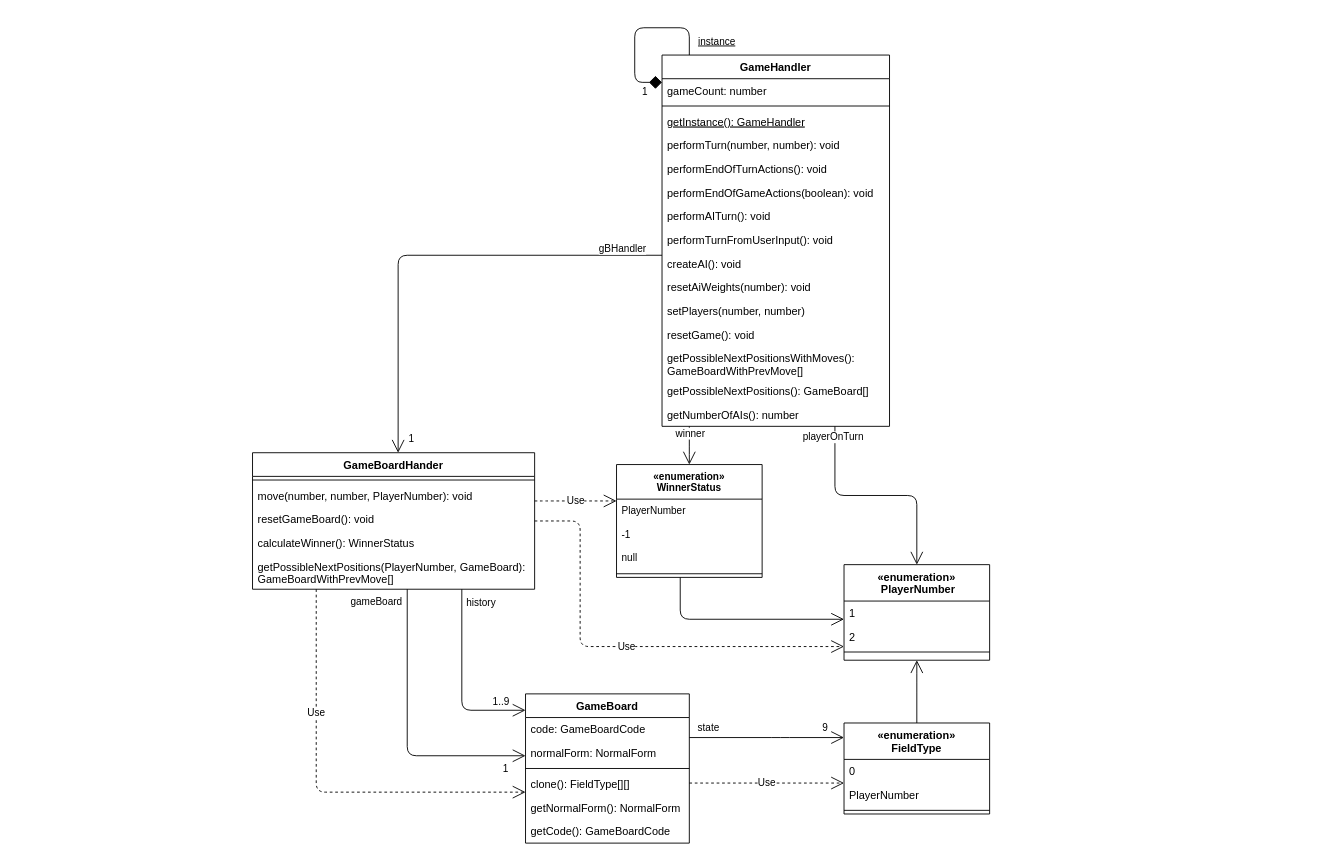
Earlier version of the draw.io diagram ProductBacklog/Klassendiagramme/Klassendiagramm.drawio (idlaviV/TIKTacToe). Source tidied: cells renumbered, new cells numbered last; positions are measured from the earlier drawing's top-left corner, leaving out a move shared by most shapes. Both pictures are drawn from the tidied source at 91%, with x=0, y=0 at pixel (252, 27).
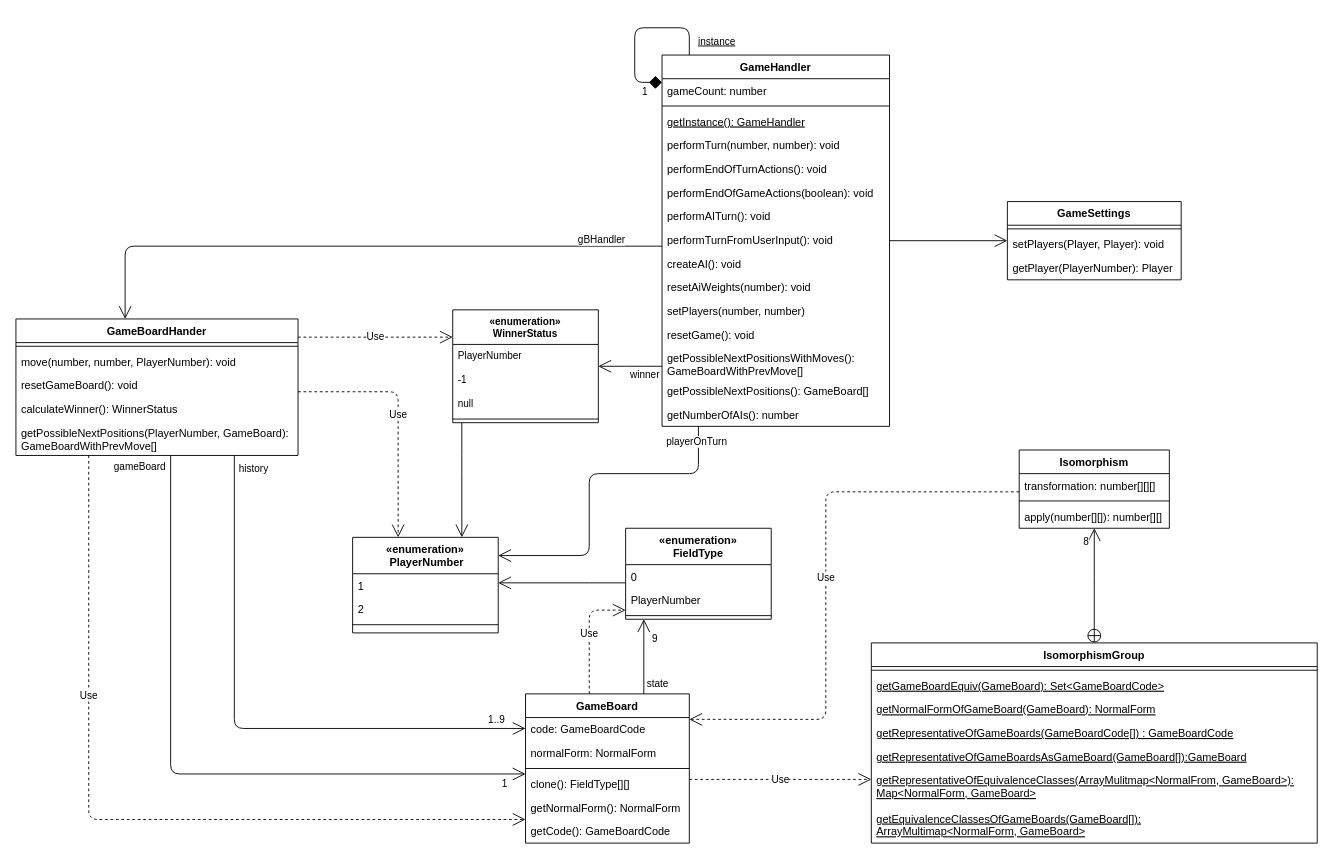
Above is the later version.

Unchanged cells that the change refers to:
```xml
<mxCell id="2" value="GameHandler" style="swimlane;fontStyle=1;align=center;verticalAlign=top;horizontal=1;startSize=26;labelBackgroundColor=default;fillStyle=auto;" parent="1" vertex="1">
  <mxGeometry x="450" y="30" width="250" height="408" as="geometry" />
</mxCell>
<mxCell id="35" value="GameBoard" style="swimlane;fontStyle=1;align=center;verticalAlign=top;horizontal=1;startSize=26;" parent="1" vertex="1">
  <mxGeometry x="300" y="732" width="180" height="164" as="geometry" />
</mxCell>
```

Diff of the diagram source:
```diff
@@
     <mxCell id="20" value="gBHandler" style="endArrow=open;endFill=0;html=1;edgeStyle=elbowEdgeStyle;align=left;verticalAlign=top;strokeWidth=1;endSize=12;" parent="1" edge="1" source="2" target="22">
       <mxGeometry x="-0.72" y="-20" relative="1" as="geometry">
         <Array as="points">
-          <mxPoint x="160" y="250" />
+          <mxPoint x="-140" y="240" />
           <mxPoint x="260" y="250" />
         </Array>
       </mxGeometry>
     </mxCell>
-    <mxCell id="21" value="1" style="edgeLabel;html=1;align=left;verticalAlign=bottom;" parent="20" vertex="1">
-      <mxGeometry x="-1" relative="1" as="geometry">
-        <mxPoint x="-280" y="210" as="offset" />
-      </mxGeometry>
-    </mxCell>
     <mxCell id="22" value="GameBoardHander" style="swimlane;fontStyle=1;align=center;verticalAlign=top;horizontal=1;startSize=26;" parent="1" vertex="1">
-      <mxGeometry y="467" width="310" height="150" as="geometry" />
+      <mxGeometry x="-260" y="320" width="310" height="150" as="geometry" />
     </mxCell>
@@
     <mxCell id="28" style="endArrow=open;endFill=1;endSize=12;html=1;strokeWidth=1;edgeStyle=orthogonalEdgeStyle;" parent="1" edge="1" source="22" target="35">
       <mxGeometry relative="1" as="geometry">
         <Array as="points">
-          <mxPoint x="230" y="750" />
+          <mxPoint x="-20" y="770" />
         </Array>
       </mxGeometry>
     </mxCell>
     <mxCell id="29" value="history" style="edgeLabel;html=1;align=center;verticalAlign=middle;" parent="28" vertex="1">
       <mxGeometry x="-0.61" y="4" relative="1" as="geometry">
-        <mxPoint x="16" y="-26" as="offset" />
+        <mxPoint x="16" y="-107" as="offset" />
       </mxGeometry>
     </mxCell>
     <mxCell id="30" value="1..9" style="edgeLabel;html=1;align=center;verticalAlign=middle;" parent="28" vertex="1">
       <mxGeometry x="0.55" y="1" relative="1" as="geometry">
-        <mxPoint x="18" y="-9" as="offset" />
+        <mxPoint x="106" y="-9" as="offset" />
       </mxGeometry>
     </mxCell>
     <mxCell id="31" style="endArrow=open;endFill=1;endSize=12;html=1;strokeWidth=1;edgeStyle=orthogonalEdgeStyle;" parent="1" edge="1" source="22" target="35">
       <mxGeometry relative="1" as="geometry">
         <Array as="points">
-          <mxPoint x="170" y="800" />
+          <mxPoint x="-90" y="820" />
         </Array>
       </mxGeometry>
     </mxCell>
     <mxCell id="32" value="gameBoard" style="edgeLabel;html=1;align=center;verticalAlign=middle;" parent="31" vertex="1">
       <mxGeometry x="-0.84" relative="1" as="geometry">
-        <mxPoint x="-35" y="-12" as="offset" />
+        <mxPoint x="-35" y="-48" as="offset" />
       </mxGeometry>
     </mxCell>
     <mxCell id="33" value="1" style="edgeLabel;html=1;align=center;verticalAlign=middle;" parent="31" vertex="1">
       <mxGeometry x="0.7" y="2" relative="1" as="geometry">
-        <mxPoint x="24" y="15" as="offset" />
+        <mxPoint x="87" y="12" as="offset" />
       </mxGeometry>
     </mxCell>
     <mxCell id="34" value="Use" style="endArrow=open;endSize=12;dashed=1;html=1;strokeWidth=1;edgeStyle=orthogonalEdgeStyle;" parent="1" edge="1" source="22" target="35">
       <mxGeometry x="-0.4" relative="1" as="geometry">
         <Array as="points">
-          <mxPoint x="70" y="840" />
+          <mxPoint x="-180" y="870" />
         </Array>
       </mxGeometry>
     </mxCell>
@@
     <mxCell id="42" value="«enumeration»&#10;FieldType" style="swimlane;fontStyle=1;align=center;verticalAlign=top;horizontal=1;startSize=40;rounded=0;" parent="1" vertex="1">
-      <mxGeometry x="650" y="764" width="160" height="100" as="geometry" />
+      <mxGeometry x="410" y="550" width="160" height="100" as="geometry" />
     </mxCell>
@@
     <mxCell id="46" style="endArrow=open;endFill=1;endSize=12;html=1;edgeStyle=orthogonalEdgeStyle;" parent="1" edge="1" source="35" target="42">
       <mxGeometry relative="1" as="geometry">
         <Array as="points">
-          <mxPoint x="580" y="780" />
-          <mxPoint x="580" y="780" />
+          <mxPoint x="430" y="670" />
+          <mxPoint x="430" y="670" />
         </Array>
       </mxGeometry>
     </mxCell>
     <mxCell id="47" value="state" style="edgeLabel;html=1;align=center;verticalAlign=middle;" parent="46" vertex="1">
       <mxGeometry x="-0.76" y="4" relative="1" as="geometry">
-        <mxPoint y="-8" as="offset" />
+        <mxPoint x="18" y="-2" as="offset" />
       </mxGeometry>
     </mxCell>
     <mxCell id="48" value="9" style="edgeLabel;html=1;align=center;verticalAlign=middle;" parent="46" vertex="1">
       <mxGeometry x="0.59" y="2" relative="1" as="geometry">
-        <mxPoint x="13" y="-10" as="offset" />
+        <mxPoint x="13" y="3" as="offset" />
       </mxGeometry>
     </mxCell>
     <mxCell id="49" value="Use" style="endArrow=open;endSize=12;dashed=1;html=1;edgeStyle=orthogonalEdgeStyle;" parent="1" edge="1" source="35" target="42">
       <mxGeometry relative="1" as="geometry">
         <Array as="points">
-          <mxPoint x="590" y="830" />
-          <mxPoint x="590" y="830" />
+          <mxPoint x="370" y="640" />
         </Array>
       </mxGeometry>
     </mxCell>
     <mxCell id="50" value="«enumeration»&#10; PlayerNumber" style="swimlane;fontStyle=1;align=center;verticalAlign=top;horizontal=1;startSize=40;rounded=0;shadow=0;strokeWidth=1;" parent="1" vertex="1">
-      <mxGeometry x="650" y="590" width="160" height="105" as="geometry" />
+      <mxGeometry x="110" y="560" width="160" height="105" as="geometry" />
     </mxCell>
@@
     <mxCell id="54" style="endArrow=open;endFill=1;endSize=12;html=1;edgeStyle=orthogonalEdgeStyle;" parent="1" edge="1" source="42" target="50">
       <mxGeometry relative="1" as="geometry">
         <Array as="points">
-          <mxPoint x="730" y="720" />
-          <mxPoint x="730" y="720" />
+          <mxPoint x="360" y="610" />
+          <mxPoint x="360" y="610" />
         </Array>
       </mxGeometry>
     </mxCell>
     <mxCell id="55" value="«enumeration»&#10;WinnerStatus" style="swimlane;fontStyle=1;align=center;verticalAlign=top;horizontal=1;startSize=38;fontFamily=Helvetica;fontSize=11;fontColor=default;rounded=0;" parent="1" vertex="1">
-      <mxGeometry x="400" y="480" width="160" height="124" as="geometry" />
+      <mxGeometry x="220" y="310" width="160" height="124" as="geometry" />
     </mxCell>
@@
     <mxCell id="60" style="endArrow=open;endFill=1;endSize=12;html=1;edgeStyle=orthogonalEdgeStyle;" parent="1" edge="1" source="55" target="50">
       <mxGeometry relative="1" as="geometry">
         <Array as="points">
-          <mxPoint x="470" y="650" />
+          <mxPoint x="230" y="480" />
+          <mxPoint x="230" y="480" />
         </Array>
       </mxGeometry>
     </mxCell>
     <mxCell id="61" style="endArrow=open;endFill=1;endSize=12;html=1;edgeStyle=orthogonalEdgeStyle;" parent="1" edge="1" source="2" target="55">
       <mxGeometry relative="1" as="geometry">
         <Array as="points">
-          <mxPoint x="480" y="460" />
-          <mxPoint x="480" y="460" />
+          <mxPoint x="420" y="372" />
+          <mxPoint x="420" y="372" />
         </Array>
       </mxGeometry>
     </mxCell>
     <mxCell id="62" value="winner" style="edgeLabel;html=1;align=center;verticalAlign=middle;" parent="61" vertex="1">
-      <mxGeometry x="-0.68" relative="1" as="geometry" />
+      <mxGeometry x="-0.68" relative="1" as="geometry">
+        <mxPoint x="-9" y="8" as="offset" />
+      </mxGeometry>
     </mxCell>
     <mxCell id="63" value="Use" style="endArrow=open;endSize=12;dashed=1;html=1;edgeStyle=orthogonalEdgeStyle;" parent="1" edge="1" source="22" target="55">
       <mxGeometry relative="1" as="geometry">
         <Array as="points">
-          <mxPoint x="320" y="520" />
-          <mxPoint x="320" y="520" />
+          <mxPoint x="100" y="340" />
+          <mxPoint x="100" y="340" />
         </Array>
       </mxGeometry>
     </mxCell>
     <mxCell id="64" value="Use" style="endArrow=open;endSize=12;dashed=1;html=1;edgeStyle=orthogonalEdgeStyle;" parent="1" edge="1" source="22" target="50">
       <mxGeometry relative="1" as="geometry">
         <Array as="points">
-          <mxPoint x="360" y="542" />
-          <mxPoint x="360" y="680" />
+          <mxPoint x="160" y="400" />
         </Array>
       </mxGeometry>
     </mxCell>
     <mxCell id="65" style="endArrow=open;endFill=1;endSize=12;html=1;edgeStyle=orthogonalEdgeStyle;" parent="1" edge="1" source="2" target="50">
       <mxGeometry relative="1" as="geometry">
         <Array as="points">
-          <mxPoint x="640" y="514" />
-          <mxPoint x="730" y="514" />
+          <mxPoint x="490" y="490" />
+          <mxPoint x="370" y="490" />
+          <mxPoint x="370" y="580" />
         </Array>
       </mxGeometry>
     </mxCell>
@@
+    <mxCell id="67" value="IsomorphismGroup" style="swimlane;fontStyle=1;align=center;verticalAlign=top;horizontal=1;startSize=26;rounded=0;" parent="1" vertex="1">
+      <mxGeometry x="680" y="676" width="490" height="220" as="geometry" />
+    </mxCell>
+    <mxCell id="68" style="line;strokeWidth=1;fillColor=none;align=left;verticalAlign=middle;spacingTop=-1;spacingLeft=3;spacingRight=3;labelPosition=right;strokeColor=inherit;rounded=0;" parent="67" vertex="1">
+      <mxGeometry y="26" width="490" height="8" as="geometry" />
+    </mxCell>
+    <mxCell id="69" value="getGameBoardEquiv(GameBoard): Set&lt;GameBoardCode&gt;" style="text;strokeColor=none;fillColor=none;align=left;verticalAlign=top;spacingLeft=4;spacingRight=4;overflow=hidden;rounded=0;fontStyle=4;" parent="67" vertex="1">
+      <mxGeometry y="34" width="490" height="26" as="geometry" />
+    </mxCell>
+    <mxCell id="70" value="getNormalFormOfGameBoard(GameBoard): NormalForm" style="text;strokeColor=none;fillColor=none;align=left;verticalAlign=top;spacingLeft=4;spacingRight=4;overflow=hidden;fontStyle=4;" parent="67" vertex="1">
+      <mxGeometry y="60" width="490" height="26" as="geometry" />
+    </mxCell>
+    <mxCell id="71" value="getRepresentativeOfGameBoards(GameBoardCode[]) : GameBoardCode" style="text;strokeColor=none;fillColor=none;align=left;verticalAlign=top;spacingLeft=4;spacingRight=4;overflow=hidden;fontStyle=4;" parent="67" vertex="1">
+      <mxGeometry y="86" width="490" height="26" as="geometry" />
+    </mxCell>
+    <mxCell id="72" value="getRepresentativeOfGameBoardsAsGameBoard(GameBoard[]):GameBoard" style="text;strokeColor=none;fillColor=none;align=left;verticalAlign=top;spacingLeft=4;spacingRight=4;overflow=hidden;fontStyle=4;" parent="67" vertex="1">
+      <mxGeometry y="112" width="490" height="26" as="geometry" />
+    </mxCell>
+    <mxCell id="73" value="getRepresentativeOfEquivalenceClasses(ArrayMulitmap&lt;NormalFrom, GameBoard&gt;):&#10;Map&lt;NormalForm, GameBoard&gt;" style="text;strokeColor=none;fillColor=none;align=left;verticalAlign=top;spacingLeft=4;spacingRight=4;overflow=hidden;fontStyle=4;" parent="67" vertex="1">
+      <mxGeometry y="138" width="490" height="42" as="geometry" />
+    </mxCell>
+    <mxCell id="74" value="getEquivalenceClassesOfGameBoards(GameBoard[]):&#10;ArrayMultimap&lt;NormalForm, GameBoard&gt;" style="text;strokeColor=none;fillColor=none;align=left;verticalAlign=top;spacingLeft=4;spacingRight=4;overflow=hidden;fontStyle=4;" parent="67" vertex="1">
+      <mxGeometry y="180" width="490" height="40" as="geometry" />
+    </mxCell>
+    <mxCell id="75" value="Isomorphism" style="swimlane;fontStyle=1;align=center;verticalAlign=top;horizontal=1;startSize=26;rounded=0;" parent="1" vertex="1">
+      <mxGeometry x="842.5" y="464" width="165" height="86" as="geometry" />
+    </mxCell>
+    <mxCell id="76" value="transformation: number[][][]" style="text;strokeColor=none;fillColor=none;align=left;verticalAlign=top;spacingLeft=4;spacingRight=4;overflow=hidden;rounded=0;" parent="75" vertex="1">
+      <mxGeometry y="26" width="165" height="26" as="geometry" />
+    </mxCell>
+    <mxCell id="77" style="line;strokeWidth=1;fillColor=none;align=left;verticalAlign=middle;spacingTop=-1;spacingLeft=3;spacingRight=3;labelPosition=right;strokeColor=inherit;rounded=0;" parent="75" vertex="1">
+      <mxGeometry y="52" width="165" height="8" as="geometry" />
+    </mxCell>
+    <mxCell id="78" value="apply(number[][]): number[][]" style="text;strokeColor=none;fillColor=none;align=left;verticalAlign=top;spacingLeft=4;spacingRight=4;overflow=hidden;rounded=0;" parent="75" vertex="1">
+      <mxGeometry y="60" width="165" height="26" as="geometry" />
+    </mxCell>
+    <mxCell id="79" style="endArrow=open;startArrow=circlePlus;endFill=0;startFill=0;endSize=12;html=1;edgeStyle=elbowEdgeStyle;" parent="1" edge="1" source="67" target="75">
+      <mxGeometry relative="1" as="geometry" />
+    </mxCell>
+    <mxCell id="80" value="8" style="edgeLabel;html=1;align=center;verticalAlign=middle;" parent="79" vertex="1">
+      <mxGeometry x="0.61" y="-1" relative="1" as="geometry">
+        <mxPoint x="-11" y="-11" as="offset" />
+      </mxGeometry>
+    </mxCell>
+    <mxCell id="81" value="Use" style="endArrow=open;endSize=12;dashed=1;html=1;edgeStyle=orthogonalEdgeStyle;" parent="1" edge="1" source="35" target="67">
+      <mxGeometry relative="1" as="geometry">
+        <Array as="points">
+          <mxPoint x="530" y="826" />
+          <mxPoint x="530" y="826" />
+        </Array>
+      </mxGeometry>
+    </mxCell>
+    <mxCell id="82" value="Use" style="endArrow=open;endSize=12;dashed=1;html=1;edgeStyle=orthogonalEdgeStyle;" parent="1" edge="1" source="75" target="35">
+      <mxGeometry relative="1" as="geometry">
+        <Array as="points">
+          <mxPoint x="630" y="510" />
+          <mxPoint x="630" y="760" />
+        </Array>
+      </mxGeometry>
+    </mxCell>
+    <mxCell id="83" value="GameSettings" style="swimlane;fontStyle=1;align=center;verticalAlign=top;horizontal=1;startSize=26;" parent="1" vertex="1">
+      <mxGeometry x="829.5" y="191" width="191" height="86" as="geometry" />
+    </mxCell>
+    <mxCell id="84" style="line;strokeWidth=1;fillColor=none;align=left;verticalAlign=middle;spacingTop=-1;spacingLeft=3;spacingRight=3;labelPosition=right;strokeColor=inherit;" parent="83" vertex="1">
+      <mxGeometry y="26" width="191" height="8" as="geometry" />
+    </mxCell>
+    <mxCell id="85" value="setPlayers(Player, Player): void" style="text;strokeColor=none;fillColor=none;align=left;verticalAlign=top;spacingLeft=4;spacingRight=4;overflow=hidden;" parent="83" vertex="1">
+      <mxGeometry y="34" width="191" height="26" as="geometry" />
+    </mxCell>
+    <mxCell id="86" value="getPlayer(PlayerNumber): Player" style="text;strokeColor=none;fillColor=none;align=left;verticalAlign=top;spacingLeft=4;spacingRight=4;overflow=hidden;" parent="83" vertex="1">
+      <mxGeometry y="60" width="191" height="26" as="geometry" />
+    </mxCell>
+    <mxCell id="87" style="endArrow=open;endFill=1;endSize=12;html=1;edgeStyle=orthogonalEdgeStyle;" parent="1" edge="1" source="2" target="83">
+      <mxGeometry relative="1" as="geometry" />
+    </mxCell>
```
